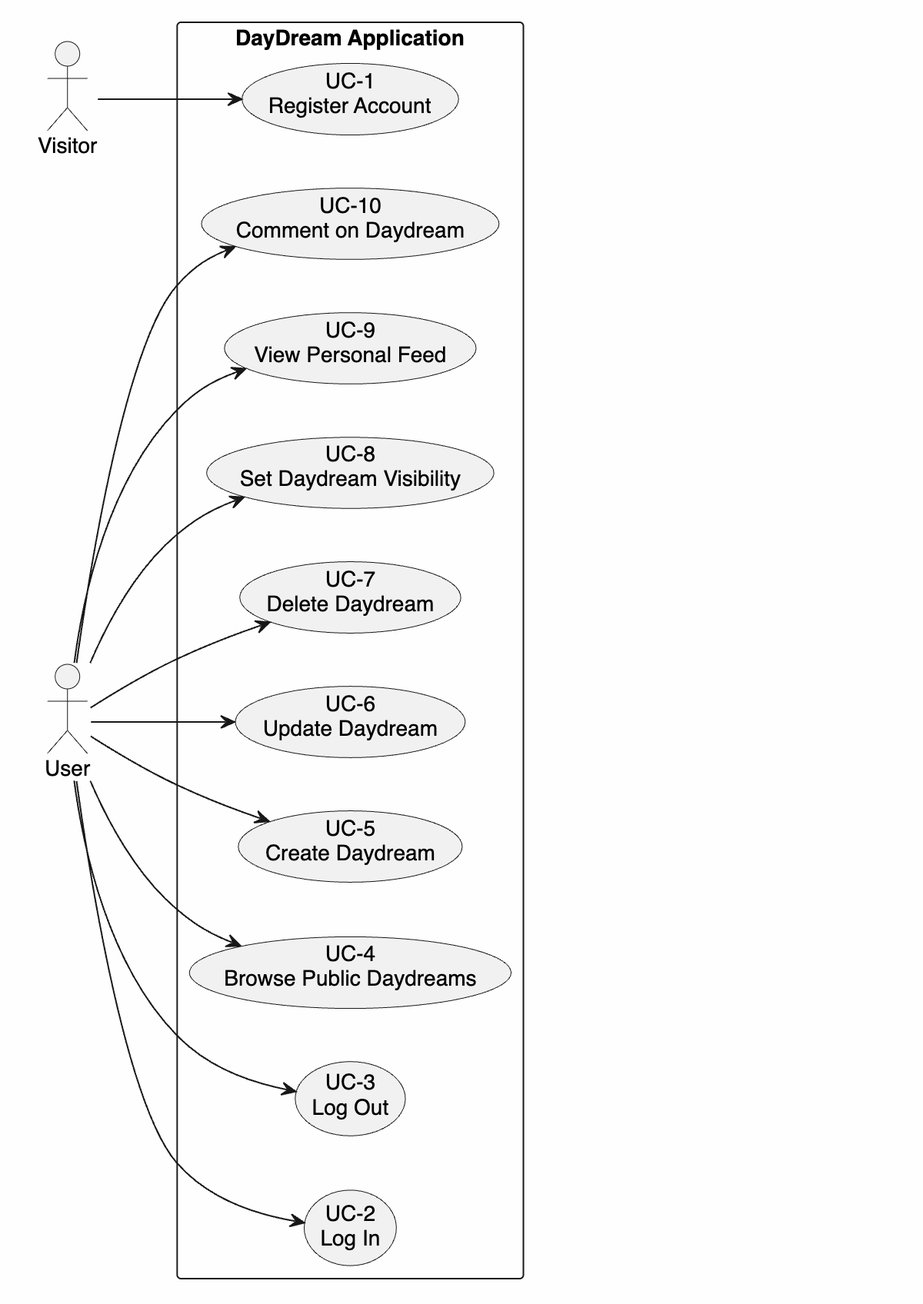
Earlier version of the PlantUML export images/use-case.png (NikolaMatovic/DayDream). Its source is kept beside it as doc/use-case.plantuml.
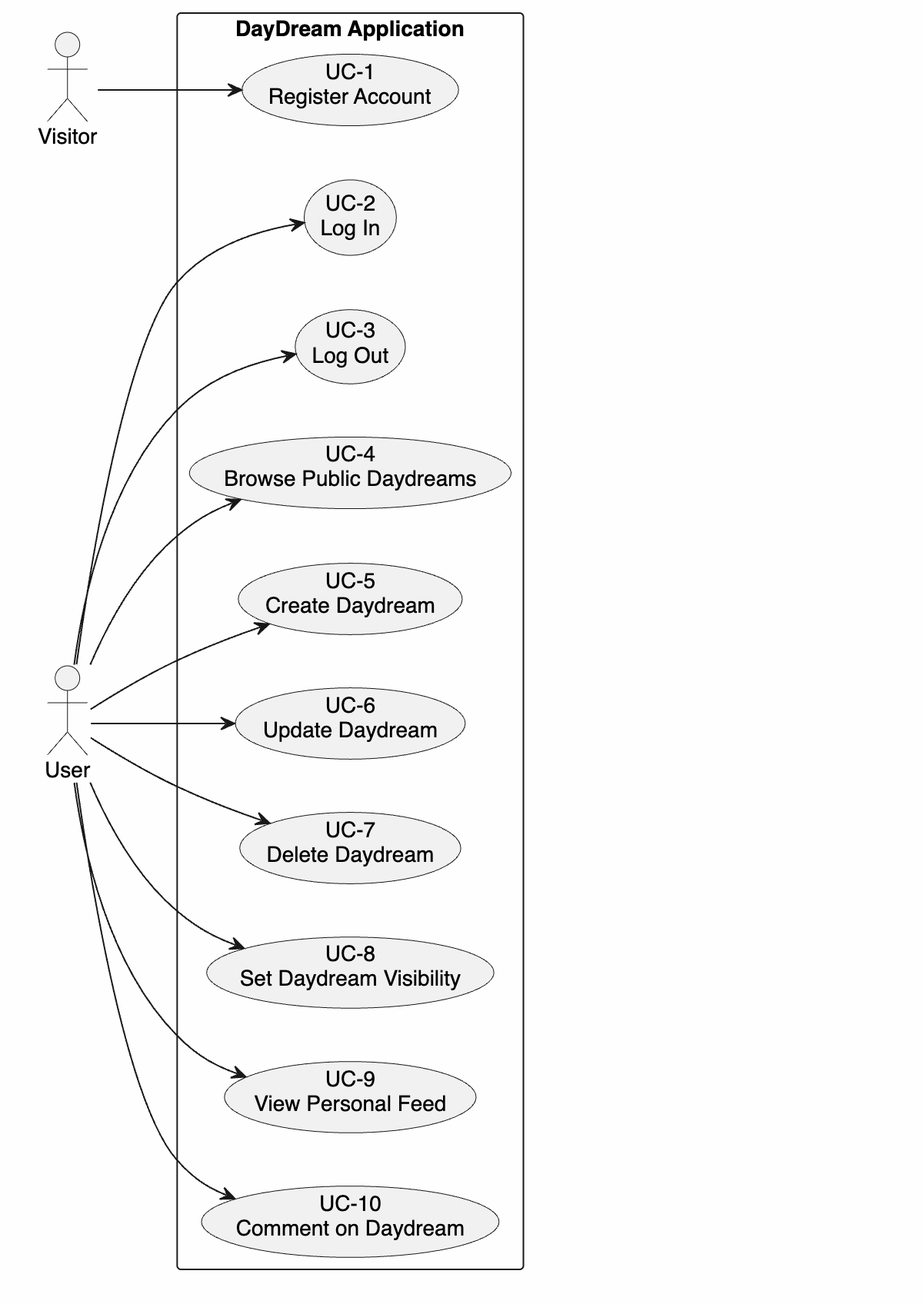
After the commit.

Commit message:
usecase direction changed

Change to the diagram source:
```diff
@@ -5,16 +5,16 @@
 actor User
 
 rectangle "DayDream Application" {
+  usecase "UC-10\nComment on Daydream" as UC10
+  usecase "UC-9\nView Personal Feed" as UC9
+  usecase "UC-8\nSet Daydream Visibility" as UC8
+  usecase "UC-7\nDelete Daydream" as UC7
+  usecase "UC-6\nUpdate Daydream" as UC6
+  usecase "UC-5\nCreate Daydream" as UC5
+  usecase "UC-4\nBrowse Public Daydreams" as UC4
+  usecase "UC-3\nLog Out" as UC3
+  usecase "UC-2\nLog In" as UC2
   usecase "UC-1\nRegister Account" as UC1
-  usecase "UC-2\nLog In" as UC2
-  usecase "UC-3\nLog Out" as UC3
-  usecase "UC-4\nBrowse Public Daydreams" as UC4
-  usecase "UC-5\nCreate Daydream" as UC5
-  usecase "UC-6\nUpdate Daydream" as UC6
-  usecase "UC-7\nDelete Daydream" as UC7
-  usecase "UC-8\nSet Daydream Visibility" as UC8
-  usecase "UC-9\nView Personal Feed" as UC9
-  usecase "UC-10\nComment on Daydream" as UC10
 }
 
 Visitor --> UC1
```
